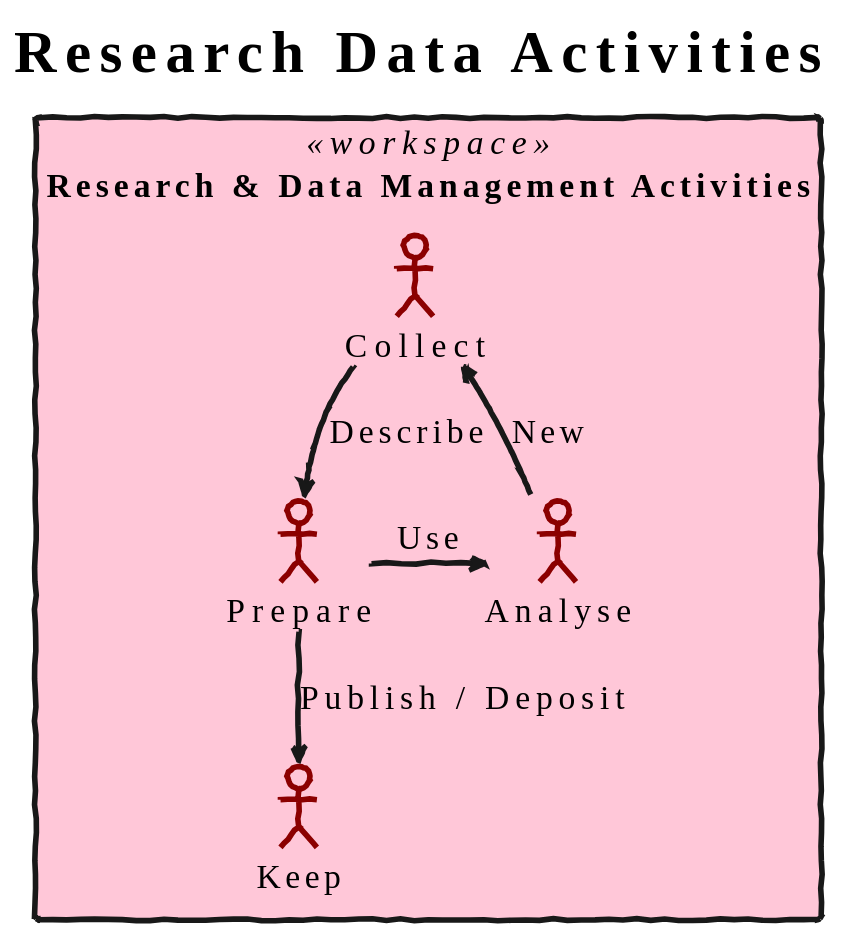
ptsefton/cdl-diagrams keeps this PlantUML diagram as model-v2/model-activities.svg. Above is the earlier version.
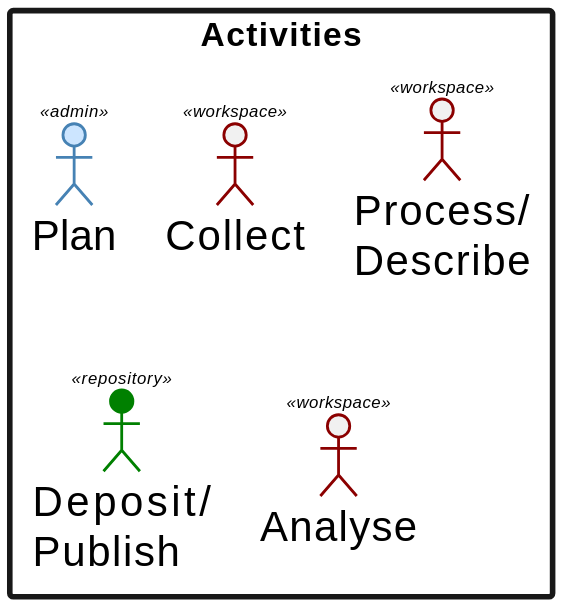
The same diagram one commit later.

What changed in the source:
```diff
@@ -1,21 +1,14 @@
 @startuml
 !include ../data-lab-style.txt
-title: Research Data Activities
 
 top to bottom direction
 
-rectangle "Research & Data Management Activities" as activities <<workspace>> {
-
-actor "Collect" as coll
-actor "Prepare" as prep
-actor "Keep" as dep
-actor "Analyse"  as an
+rectangle "Activities" as activities  {
+    actor "Plan" <<admin>> as plan
+    actor "Collect" <<workspace>> as coll
+    actor "Process/\nDescribe" <<workspace>> as prep
+    actor "Deposit/\nPublish" <<repository>> as dep
+    actor "Analyse"  <<workspace>> as an
 
 }
-
-
-coll -down-> prep : Describe
-prep -down-> dep : Publish / Deposit
-prep -right-> an : Use
-an -left-> coll : New
 @enduml
```
